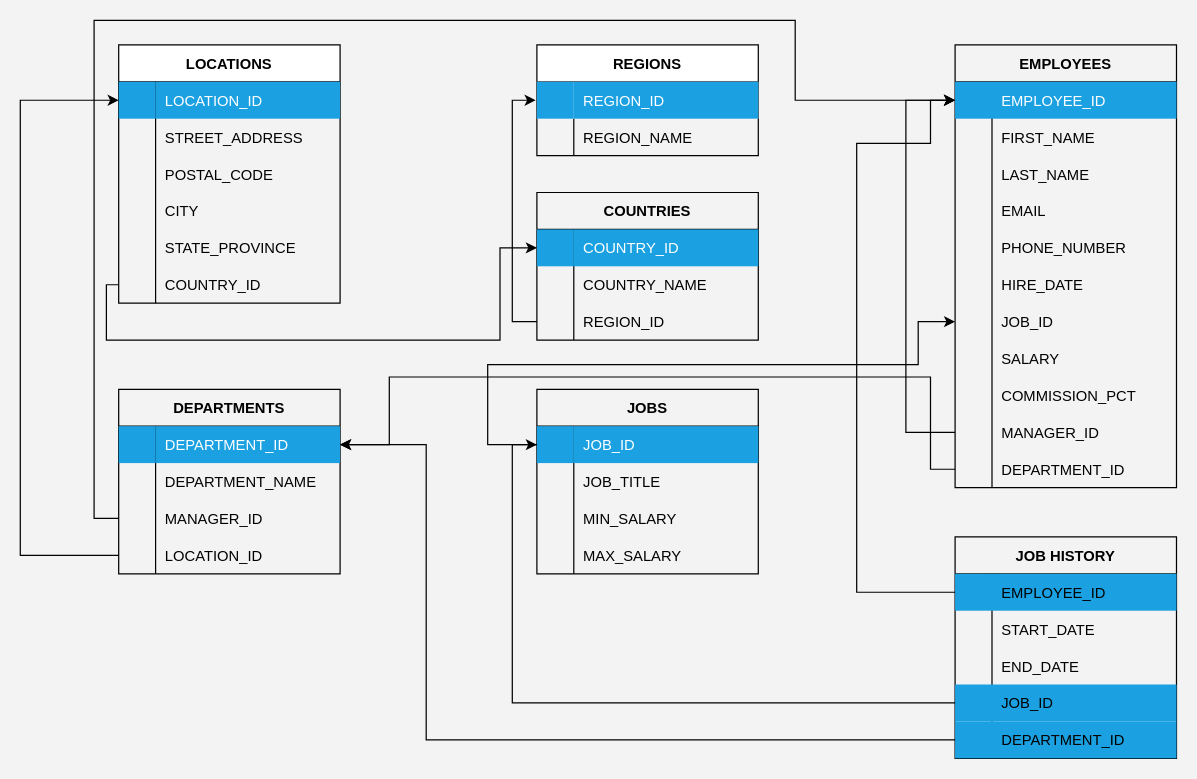
sharkfacekilla/120 keeps this draw.io diagram as HRData.drawio. Above is the earlier version. Source tidied: cells renumbered, new cells numbered last; positions are measured from the earlier drawing's top-left corner, leaving out a move shared by most shapes. Both pictures are drawn from the tidied source at 123%, with x=0, y=0 at pixel (20, 20).
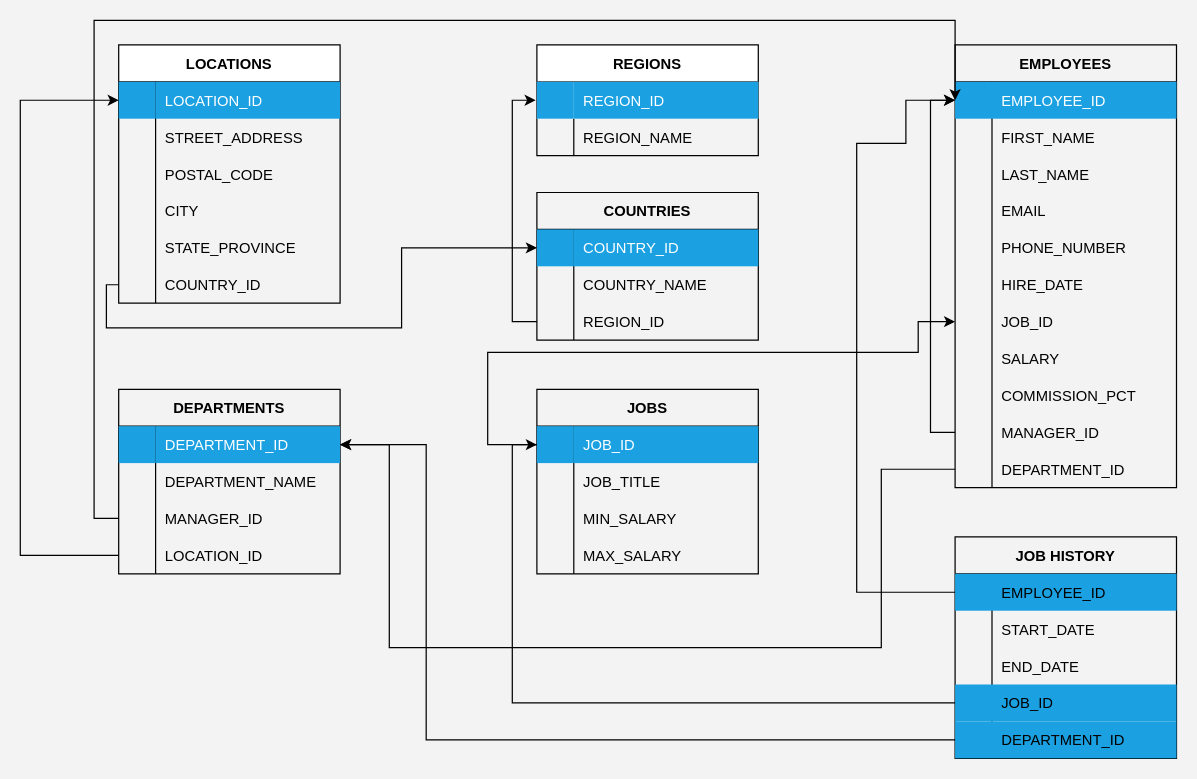
Above is the later version.

Unchanged cells that the change refers to:
```xml
<mxCell id="25" style="shape=tableRow;horizontal=0;startSize=0;swimlaneHead=0;swimlaneBody=0;fillColor=none;points=[[0,0.5],[1,0.5]];portConstraint=eastwest;top=0;left=0;right=0;bottom=0;" parent="9" vertex="1">
  <mxGeometry y="180" width="180" height="30" as="geometry" />
</mxCell>
<mxCell id="29" style="shape=tableRow;horizontal=0;startSize=0;swimlaneHead=0;swimlaneBody=0;fillColor=none;points=[[0,0.5],[1,0.5]];portConstraint=eastwest;top=0;left=0;right=0;bottom=0;" parent="28" vertex="1">
  <mxGeometry y="30" width="180" height="30" as="geometry" />
</mxCell>
<mxCell id="35" style="shape=tableRow;horizontal=0;startSize=0;swimlaneHead=0;swimlaneBody=0;fillColor=none;points=[[0,0.5],[1,0.5]];portConstraint=eastwest;top=0;left=0;right=0;bottom=0;" parent="28" vertex="1">
  <mxGeometry y="90" width="180" height="30" as="geometry" />
</mxCell>
<mxCell id="42" style="shape=tableRow;horizontal=0;startSize=0;swimlaneHead=0;swimlaneBody=0;fillColor=none;points=[[0,0.5],[1,0.5]];portConstraint=eastwest;top=0;left=0;right=0;bottom=0;" parent="41" vertex="1">
  <mxGeometry y="30" width="180" height="30" as="geometry" />
</mxCell>
<mxCell id="54" value="EMPLOYEES" style="shape=table;startSize=30;childLayout=tableLayout;rowLines=0;fontStyle=1;align=center;fillColor=none;" parent="1" vertex="1">
  <mxGeometry x="760" y="20" width="180" height="360" as="geometry" />
</mxCell>
<mxCell id="55" style="shape=tableRow;horizontal=0;startSize=0;swimlaneHead=0;swimlaneBody=0;fillColor=none;points=[[0,0.5],[1,0.5]];portConstraint=eastwest;top=0;left=0;right=0;bottom=0;" parent="54" vertex="1">
  <mxGeometry y="30" width="180" height="30" as="geometry" />
</mxCell>
<mxCell id="73" style="shape=tableRow;horizontal=0;startSize=0;swimlaneHead=0;swimlaneBody=0;fillColor=none;points=[[0,0.5],[1,0.5]];portConstraint=eastwest;top=0;left=0;right=0;bottom=0;" parent="54" vertex="1">
  <mxGeometry y="210" width="180" height="30" as="geometry" />
</mxCell>
<mxCell id="83" style="shape=tableRow;horizontal=0;startSize=0;swimlaneHead=0;swimlaneBody=0;fillColor=none;points=[[0,0.5],[1,0.5]];portConstraint=eastwest;top=0;left=0;right=0;bottom=0;" parent="54" vertex="1">
  <mxGeometry y="300" width="180" height="30" as="geometry" />
</mxCell>
<mxCell id="86" style="shape=tableRow;horizontal=0;startSize=0;swimlaneHead=0;swimlaneBody=0;fillColor=none;points=[[0,0.5],[1,0.5]];portConstraint=eastwest;top=0;left=0;right=0;bottom=0;" parent="54" vertex="1">
  <mxGeometry y="330" width="180" height="30" as="geometry" />
</mxCell>
<mxCell id="90" style="shape=tableRow;horizontal=0;startSize=0;swimlaneHead=0;swimlaneBody=0;fillColor=#1ba1e2;points=[[0,0.5],[1,0.5]];portConstraint=eastwest;top=0;left=0;right=0;bottom=0;fontColor=#ffffff;strokeColor=#006EAF;" parent="89" vertex="1">
  <mxGeometry y="30" width="180" height="30" as="geometry" />
</mxCell>
<mxCell id="106" style="shape=tableRow;horizontal=0;startSize=0;swimlaneHead=0;swimlaneBody=0;fillColor=none;points=[[0,0.5],[1,0.5]];portConstraint=eastwest;top=0;left=0;right=0;bottom=0;" parent="105" vertex="1">
  <mxGeometry y="30" width="180" height="30" as="geometry" />
</mxCell>
```

What changed in the source:
```diff
@@
     <mxCell id="82" style="edgeStyle=orthogonalEdgeStyle;rounded=0;jettySize=auto;html=1;exitX=0;exitY=0.5;exitDx=0;exitDy=0;entryX=0;entryY=0.5;entryDx=0;entryDy=0;" parent="54" edge="1" source="83" target="55">
       <mxGeometry relative="1" as="geometry">
         <Array as="points">
-          <mxPoint x="-40" y="315" />
-          <mxPoint x="-40" y="45" />
+          <mxPoint x="-20" y="315" />
+          <mxPoint x="-20" y="45" />
         </Array>
       </mxGeometry>
     </mxCell>
@@
-    <mxCell id="116" style="edgeStyle=orthogonalEdgeStyle;rounded=0;jettySize=auto;html=1;exitX=0;exitY=0.5;exitDx=0;exitDy=0;" parent="1" edge="1" source="35" target="55">
+    <mxCell id="116" style="edgeStyle=orthogonalEdgeStyle;rounded=0;jettySize=auto;html=1;exitX=0;exitY=0.5;exitDx=0;exitDy=0;entryX=0;entryY=0.5;entryDx=0;entryDy=0;" parent="1" edge="1" source="35" target="55">
       <mxGeometry relative="1" as="geometry">
         <Array as="points">
           <mxPoint x="60" y="405" />
           <mxPoint x="60" />
-          <mxPoint x="630" />
-          <mxPoint x="630" y="65" />
+          <mxPoint x="760" />
         </Array>
       </mxGeometry>
     </mxCell>
     <mxCell id="117" style="edgeStyle=orthogonalEdgeStyle;rounded=0;jettySize=auto;html=1;exitX=0;exitY=0.5;exitDx=0;exitDy=0;" parent="1" edge="1" source="42" target="73">
       <mxGeometry relative="1" as="geometry">
         <Array as="points">
           <mxPoint x="380" y="345" />
-          <mxPoint x="380" y="280" />
-          <mxPoint x="730" y="280" />
+          <mxPoint x="380" y="270" />
+          <mxPoint x="730" y="270" />
           <mxPoint x="730" y="245" />
         </Array>
       </mxGeometry>
     </mxCell>
@@
     <mxCell id="119" style="edgeStyle=orthogonalEdgeStyle;rounded=0;jettySize=auto;html=1;exitX=0;exitY=0.5;exitDx=0;exitDy=0;entryX=0;entryY=0.5;entryDx=0;entryDy=0;" parent="1" edge="1" source="25" target="106">
       <mxGeometry relative="1" as="geometry">
         <Array as="points">
           <mxPoint x="70" y="215" />
-          <mxPoint x="70" y="260" />
-          <mxPoint x="390" y="260" />
-          <mxPoint x="390" y="185" />
+          <mxPoint x="70" y="250" />
+          <mxPoint x="310" y="250" />
+          <mxPoint x="310" y="185" />
         </Array>
       </mxGeometry>
     </mxCell>
@@
     <mxCell id="121" style="edgeStyle=orthogonalEdgeStyle;rounded=0;jettySize=auto;html=1;exitX=0;exitY=0.5;exitDx=0;exitDy=0;entryX=0;entryY=0.5;entryDx=0;entryDy=0;" parent="1" edge="1" source="90" target="55">
       <mxGeometry relative="1" as="geometry">
         <Array as="points">
           <mxPoint x="680" y="465" />
           <mxPoint x="680" y="100" />
-          <mxPoint x="740" y="100" />
-          <mxPoint x="740" y="65" />
+          <mxPoint x="720" y="100" />
+          <mxPoint x="720" y="65" />
         </Array>
       </mxGeometry>
     </mxCell>
@@
     <mxCell id="123" style="edgeStyle=orthogonalEdgeStyle;rounded=0;jettySize=auto;html=1;exitX=0;exitY=0.5;exitDx=0;exitDy=0;" parent="1" edge="1" source="86" target="29">
       <mxGeometry relative="1" as="geometry">
         <Array as="points">
-          <mxPoint x="740" y="365" />
-          <mxPoint x="740" y="290" />
-          <mxPoint x="300" y="290" />
+          <mxPoint x="700" y="365" />
+          <mxPoint x="700" y="510" />
+          <mxPoint x="300" y="510" />
           <mxPoint x="300" y="345" />
         </Array>
       </mxGeometry>
     </mxCell>
```
